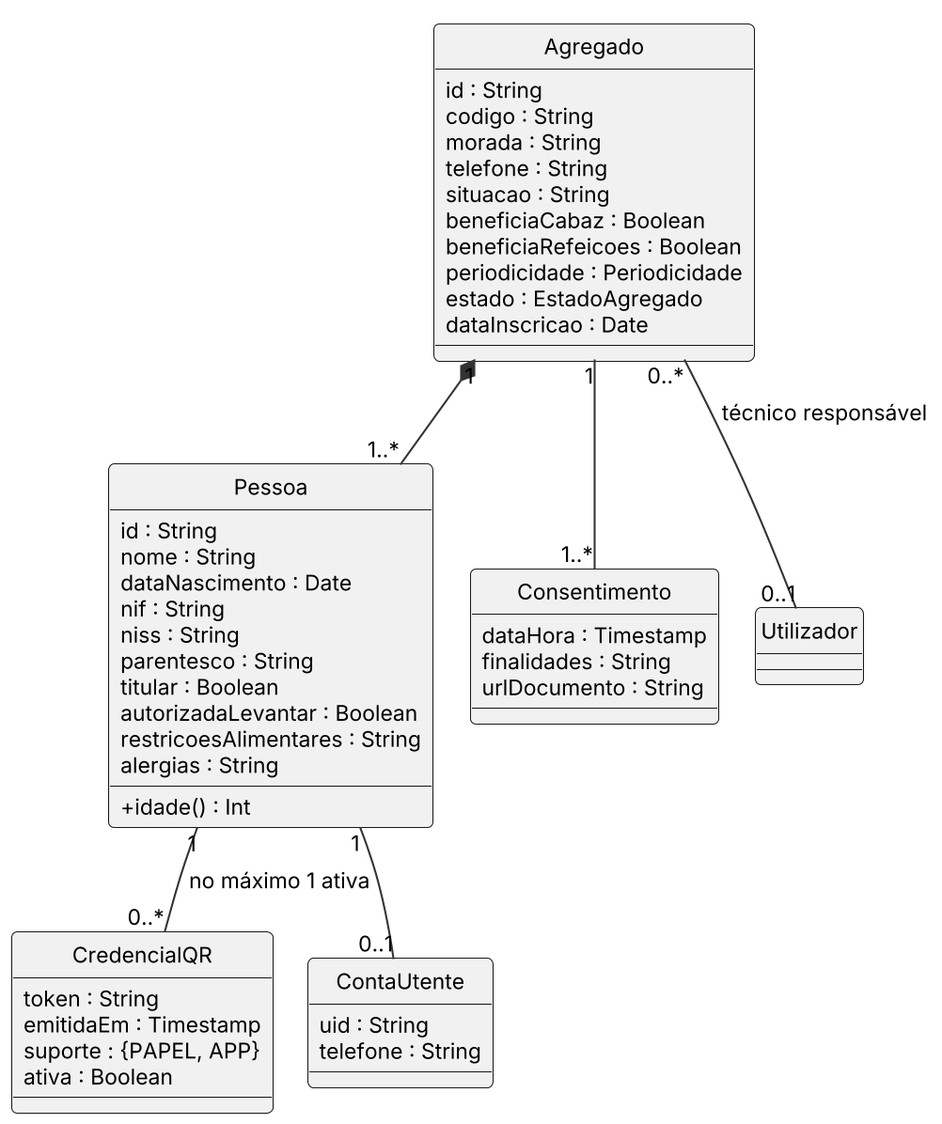
Miguel31028/GASC keeps this PlantUML diagram as Docs/diagramas/cl_agregados.png. Above is the earlier version.
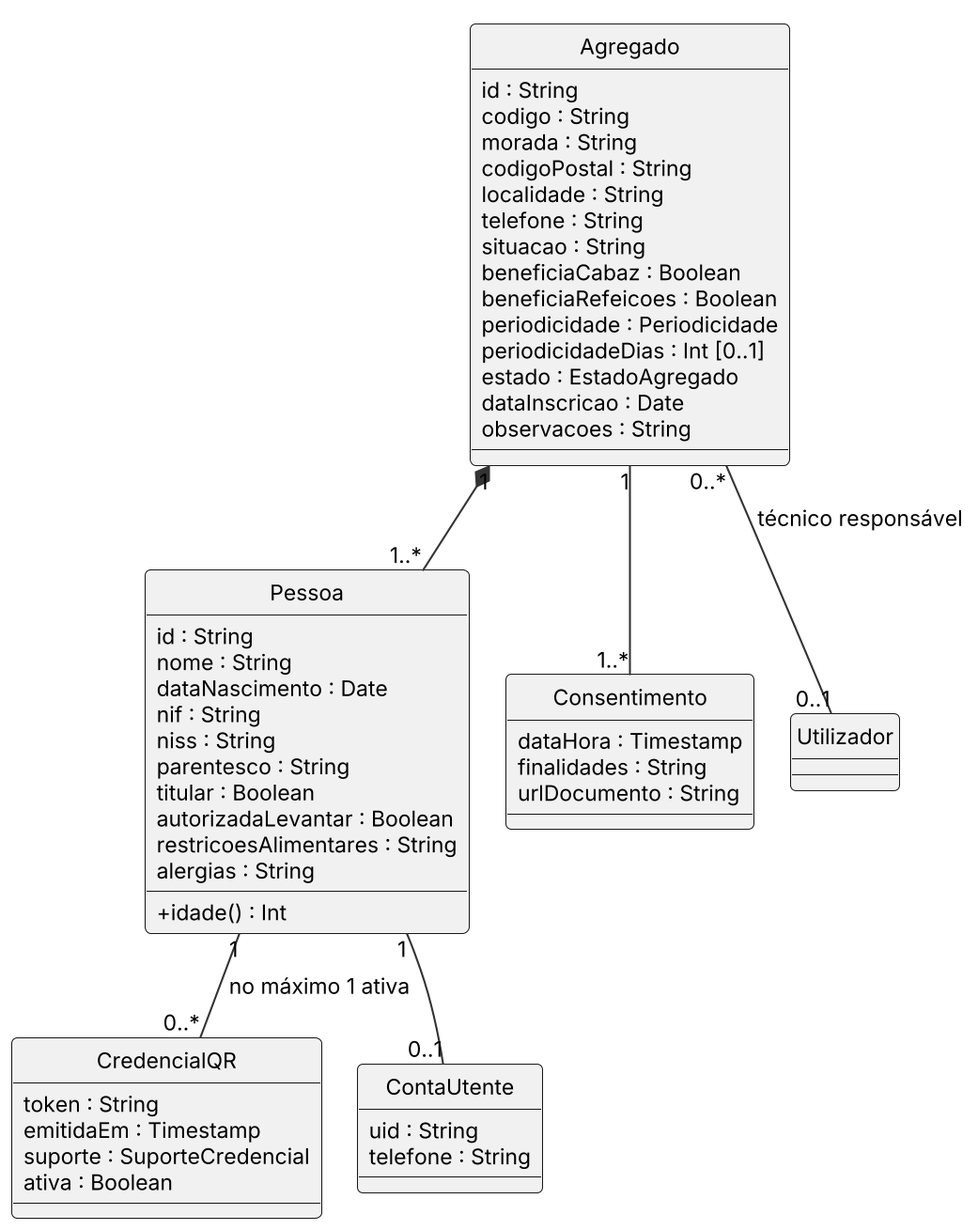
Later version of the same file.

The edit, as a diff of the source:
```diff
@@ -6,13 +6,17 @@
   id : String
   codigo : String
   morada : String
+  codigoPostal : String
+  localidade : String
   telefone : String
   situacao : String
   beneficiaCabaz : Boolean
   beneficiaRefeicoes : Boolean
   periodicidade : Periodicidade
+  periodicidadeDias : Int [0..1]
   estado : EstadoAgregado
   dataInscricao : Date
+  observacoes : String
 }
 class Pessoa {
   id : String
@@ -30,7 +34,7 @@
 class CredencialQR {
   token : String
   emitidaEm : Timestamp
-  suporte : {PAPEL, APP}
+  suporte : SuporteCredencial
   ativa : Boolean
 }
 class Consentimento {
```
